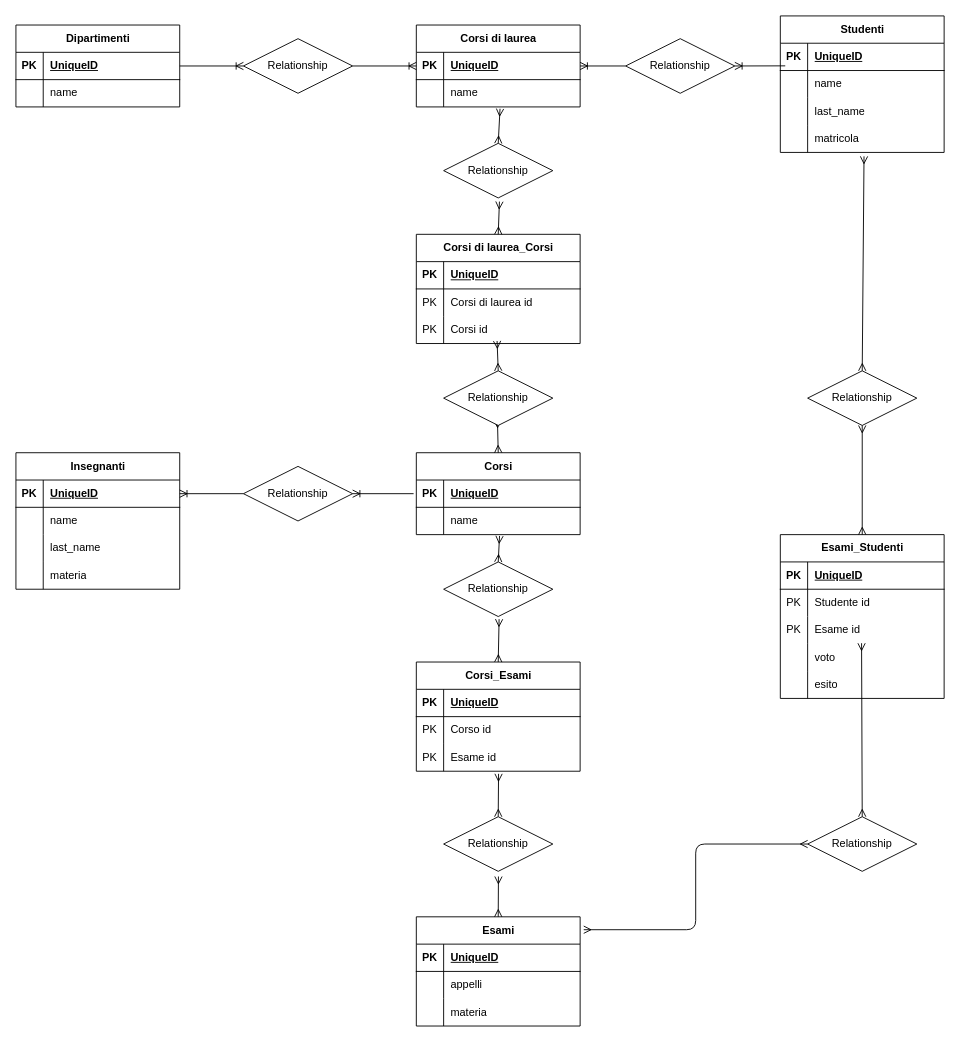
Above: schema.drawio in antoniofalletta2000/db-university (draw.io), before the change. Source tidied: cells renumbered, new cells numbered last; positions are measured from the earlier drawing's top-left corner, leaving out a move shared by most shapes. Both pictures are drawn from the tidied source at 91%, with x=0, y=0 at pixel (15, 15).
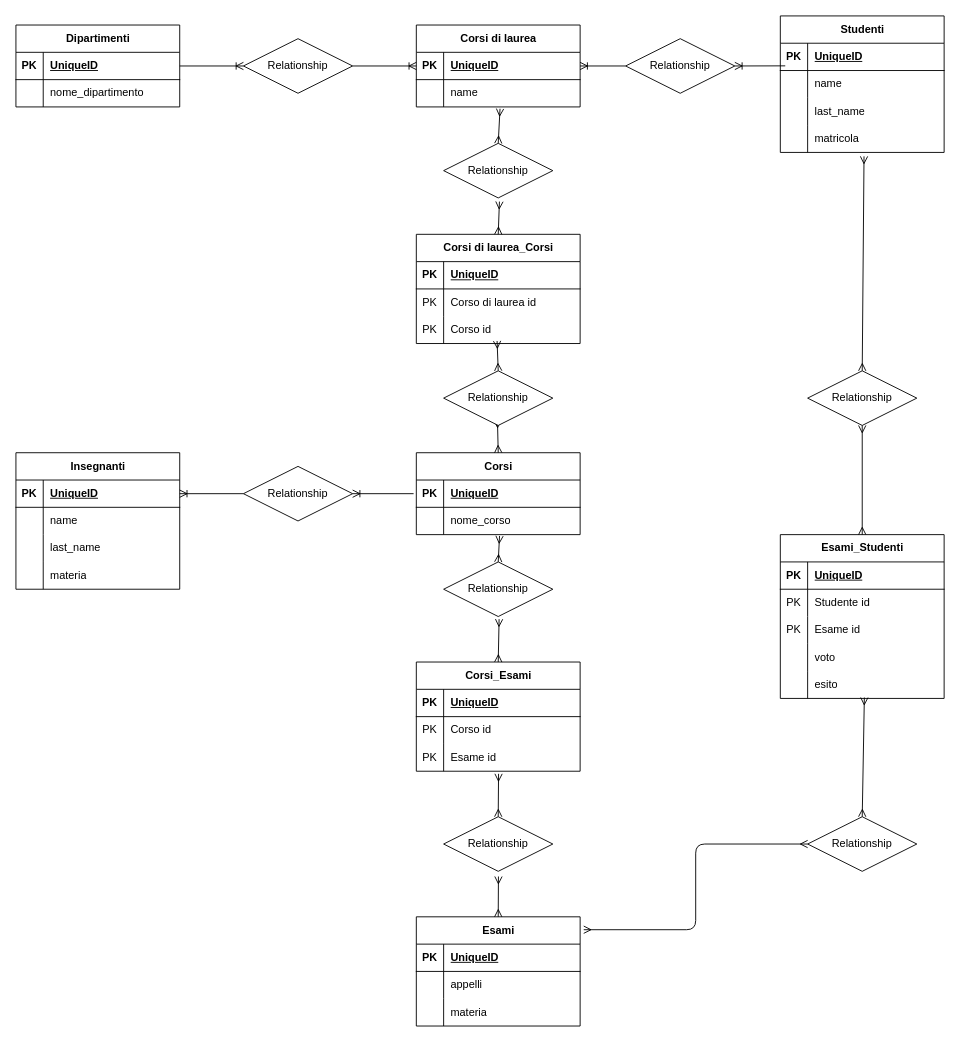
After the change.

The change refers to these unchanged cells:
```xml
<mxCell id="6" style="shape=tableRow;horizontal=0;startSize=0;swimlaneHead=0;swimlaneBody=0;fillColor=none;top=0;left=0;right=0;bottom=0;" parent="2" vertex="1">
  <mxGeometry y="60" width="180" height="30" as="geometry" />
</mxCell>
<mxCell id="23" style="shape=tableRow;horizontal=0;startSize=0;swimlaneHead=0;swimlaneBody=0;fillColor=none;points=[[0,0.5],[1,0.5]];portConstraint=eastwest;top=0;left=0;right=0;bottom=0;" parent="19" vertex="1">
  <mxGeometry y="60" width="180" height="30" as="geometry" />
</mxCell>
<mxCell id="30" style="shape=tableRow;horizontal=0;startSize=0;swimlaneHead=0;swimlaneBody=0;fillColor=none;top=0;left=0;right=0;bottom=0;" parent="26" vertex="1">
  <mxGeometry y="60" width="180" height="30" as="geometry" />
</mxCell>
<mxCell id="33" style="shape=tableRow;horizontal=0;startSize=0;swimlaneHead=0;swimlaneBody=0;fillColor=none;points=[[0,0.5],[1,0.5]];portConstraint=eastwest;top=0;left=0;right=0;bottom=0;" parent="26" vertex="1">
  <mxGeometry y="90" width="180" height="30" as="geometry" />
</mxCell>
<mxCell id="107" style="shape=tableRow;horizontal=0;startSize=0;swimlaneHead=0;swimlaneBody=0;fillColor=none;points=[[0,0.5],[1,0.5]];portConstraint=eastwest;top=0;left=0;right=0;bottom=0;" parent="100" vertex="1">
  <mxGeometry y="90" width="180" height="30" as="geometry" />
</mxCell>
<mxCell id="113" style="shape=tableRow;horizontal=0;startSize=0;swimlaneHead=0;swimlaneBody=0;fillColor=none;points=[[0,0.5],[1,0.5]];portConstraint=eastwest;top=0;left=0;right=0;bottom=0;" parent="100" vertex="1">
  <mxGeometry y="150" width="180" height="30" as="geometry" />
</mxCell>
<mxCell id="116" value="Relationship" style="shape=rhombus;perimeter=rhombusPerimeter;whiteSpace=wrap;html=1;align=center;" parent="1" vertex="1">
  <mxGeometry x="870" y="880" width="120" height="60" as="geometry" />
</mxCell>
```

Change to the diagram source:
```diff
@@
-    <mxCell id="8" value="name" style="shape=partialRectangle;fillColor=none;top=0;left=0;bottom=0;right=0;align=left;spacingLeft=6;overflow=hidden;whiteSpace=wrap;html=1;" parent="6" vertex="1">
+    <mxCell id="8" value="nome_dipartimento" style="shape=partialRectangle;fillColor=none;top=0;left=0;bottom=0;right=0;align=left;spacingLeft=6;overflow=hidden;whiteSpace=wrap;html=1;" parent="6" vertex="1">
       <mxGeometry x="30" width="150" height="30" as="geometry" />
     </mxCell>
@@
-    <mxCell id="25" value="name" style="shape=partialRectangle;fillColor=none;top=0;left=0;bottom=0;right=0;align=left;spacingLeft=6;overflow=hidden;whiteSpace=wrap;html=1;" parent="23" vertex="1">
+    <mxCell id="25" value="nome_corso" style="shape=partialRectangle;fillColor=none;top=0;left=0;bottom=0;right=0;align=left;spacingLeft=6;overflow=hidden;whiteSpace=wrap;html=1;" parent="23" vertex="1">
       <mxGeometry x="30" width="150" height="30" as="geometry" />
     </mxCell>
@@
-    <mxCell id="32" value="Corsi di laurea id" style="shape=partialRectangle;fillColor=none;top=0;left=0;bottom=0;right=0;align=left;spacingLeft=6;overflow=hidden;whiteSpace=wrap;html=1;" parent="30" vertex="1">
+    <mxCell id="32" value="Corso di laurea id" style="shape=partialRectangle;fillColor=none;top=0;left=0;bottom=0;right=0;align=left;spacingLeft=6;overflow=hidden;whiteSpace=wrap;html=1;" parent="30" vertex="1">
       <mxGeometry x="30" width="150" height="30" as="geometry" />
     </mxCell>
@@
-    <mxCell id="35" value="Corsi id" style="shape=partialRectangle;fillColor=none;top=0;left=0;bottom=0;right=0;align=left;spacingLeft=6;overflow=hidden;whiteSpace=wrap;html=1;" parent="33" vertex="1">
+    <mxCell id="35" value="Corso id" style="shape=partialRectangle;fillColor=none;top=0;left=0;bottom=0;right=0;align=left;spacingLeft=6;overflow=hidden;whiteSpace=wrap;html=1;" parent="33" vertex="1">
       <mxGeometry x="30" width="150" height="30" as="geometry" />
     </mxCell>
@@
-    <mxCell id="119" style="fontSize=12;html=1;endArrow=ERmany;startArrow=ERmany;entryX=0.496;entryY=0.978;entryDx=0;entryDy=0;entryPerimeter=0;exitX=0.5;exitY=0;exitDx=0;exitDy=0;" parent="1" edge="1" source="116" target="107">
+    <mxCell id="119" style="fontSize=12;html=1;endArrow=ERmany;startArrow=ERmany;exitX=0.5;exitY=0;exitDx=0;exitDy=0;entryX=0.513;entryY=0.967;entryDx=0;entryDy=0;entryPerimeter=0;" parent="1" edge="1" source="116" target="113">
       <mxGeometry relative="1" as="geometry" />
     </mxCell>
```
